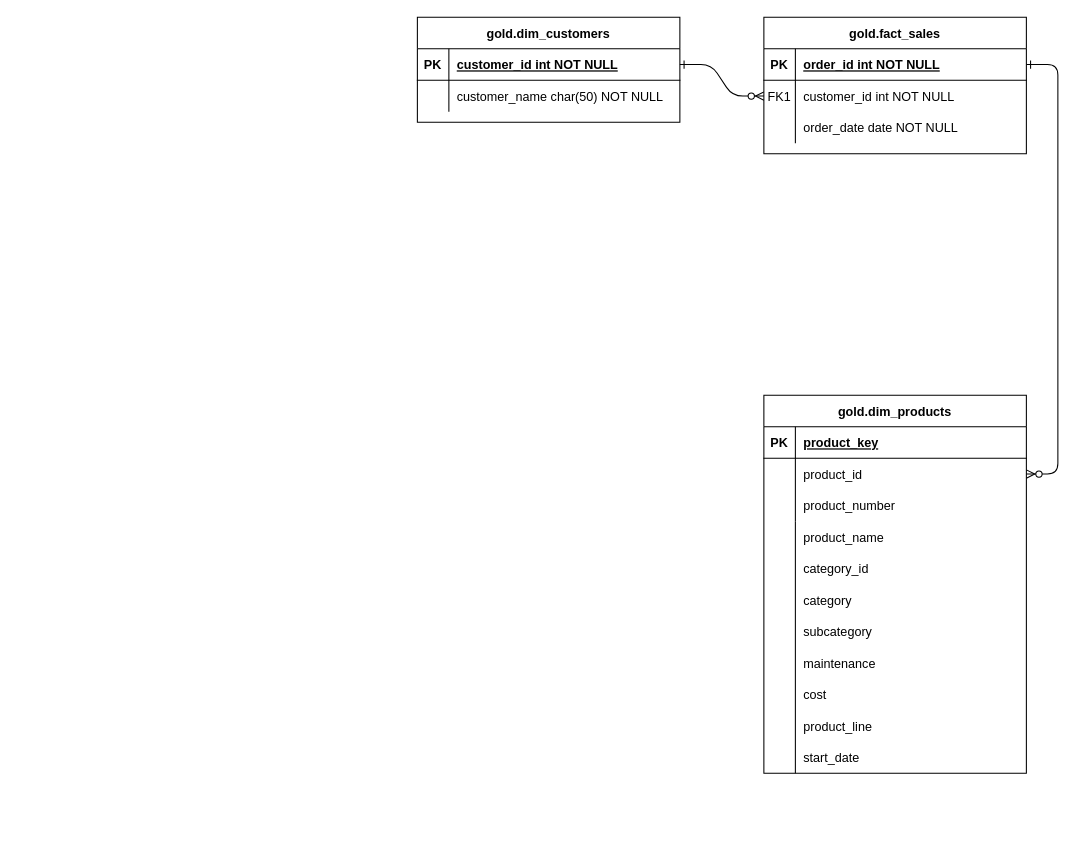
The draw.io diagram docs/Untitled Diagram.drawio in nicholas-133/sql-data-warehouse-project, before the edit. Source tidied: cells renumbered, new cells numbered last; positions are measured from the earlier drawing's top-left corner, leaving out a move shared by most shapes. Both pictures are drawn from the tidied source at 105%, with x=0, y=0 at pixel (417, 17).
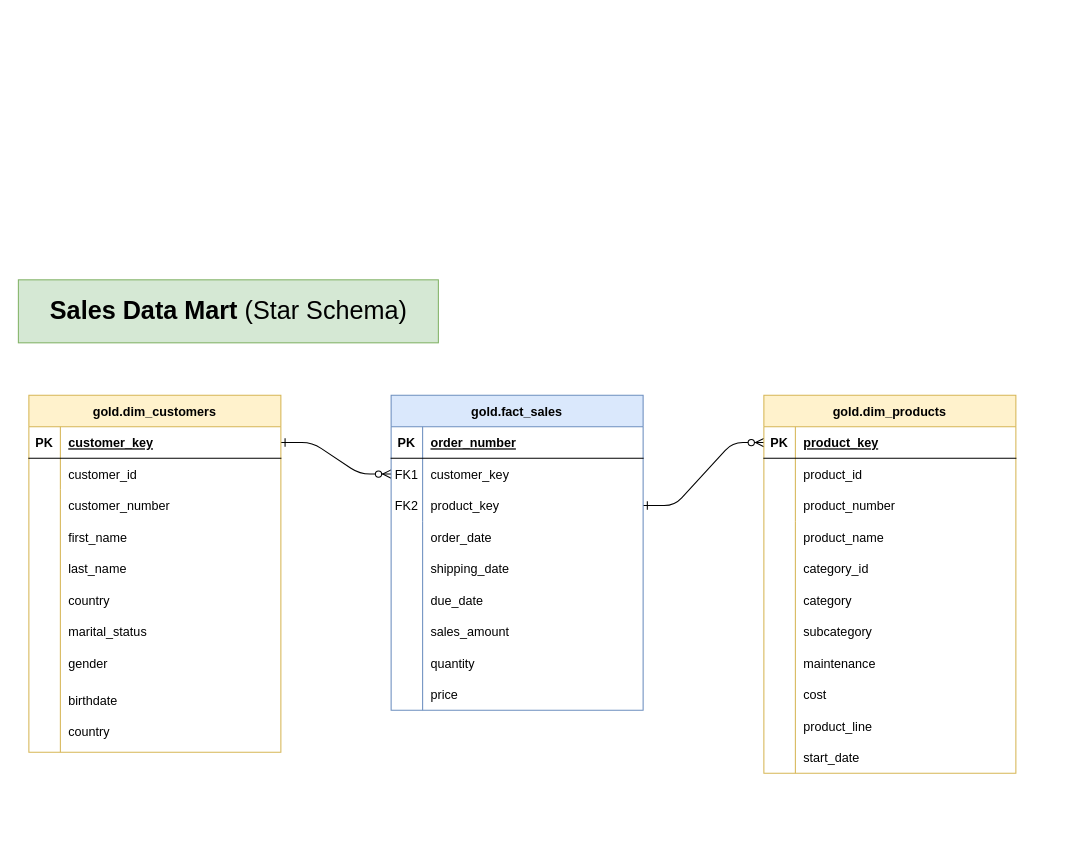
Above is the later version.

Commit message (it also covers changes not shown here):
data_model

The edit, as a diff of the source:
```diff
@@
-    <mxCell id="2" style="edgeStyle=entityRelationEdgeStyle;endArrow=ERzeroToMany;startArrow=ERone;endFill=1;startFill=0;" parent="1" edge="1" source="25" target="8">
-      <mxGeometry relative="1" as="geometry" />
+    <mxCell id="2" style="edgeStyle=entityRelationEdgeStyle;endArrow=ERzeroToMany;startArrow=ERone;endFill=1;startFill=0;entryX=0;entryY=0.5;entryDx=0;entryDy=0;" parent="1" edge="1" source="25" target="8">
+      <mxGeometry relative="1" as="geometry">
+        <Array as="points">
+          <mxPoint x="-290" y="560" />
+          <mxPoint x="-300" y="520" />
+          <mxPoint x="-285" y="560" />
+        </Array>
+      </mxGeometry>
     </mxCell>
-    <mxCell id="3" style="edgeStyle=entityRelationEdgeStyle;endArrow=ERzeroToMany;startArrow=ERone;endFill=1;startFill=0;" parent="1" edge="1" source="5" target="18">
+    <mxCell id="3" style="edgeStyle=entityRelationEdgeStyle;endArrow=ERzeroToMany;startArrow=ERone;endFill=1;startFill=0;exitX=1;exitY=0.5;exitDx=0;exitDy=0;entryX=0;entryY=0.5;entryDx=0;entryDy=0;" parent="1" edge="1" source="11" target="15">
       <mxGeometry relative="1" as="geometry" />
     </mxCell>
-    <mxCell id="4" value="gold.fact_sales" style="shape=table;startSize=30;childLayout=tableLayout;rowLines=0;fontStyle=1;align=center;" parent="1" vertex="1">
-      <mxGeometry x="330" width="250" height="130" as="geometry" />
-    </mxCell>
-    <mxCell id="5" style="shape=partialRectangle;fillColor=none;points=[[0,0.5],[1,0.5]];portConstraint=eastwest;top=0;left=0;right=0;bottom=1;" parent="4" vertex="1">
-      <mxGeometry y="30" width="250" height="30" as="geometry" />
-    </mxCell>
-    <mxCell id="6" value="PK" style="shape=partialRectangle;overflow=hidden;fillColor=none;top=0;left=0;bottom=0;right=0;fontStyle=1;" parent="5" vertex="1">
-      <mxGeometry width="30" height="30" as="geometry" />
-    </mxCell>
-    <mxCell id="7" value="order_id int NOT NULL " style="shape=partialRectangle;overflow=hidden;fillColor=none;top=0;left=0;bottom=0;right=0;align=left;spacingLeft=6;fontStyle=5;" parent="5" vertex="1">
-      <mxGeometry x="30" width="220" height="30" as="geometry" />
-    </mxCell>
-    <mxCell id="8" style="shape=partialRectangle;fillColor=none;points=[[0,0.5],[1,0.5]];portConstraint=eastwest;top=0;left=0;right=0;bottom=0;" parent="4" vertex="1">
-      <mxGeometry y="60" width="250" height="30" as="geometry" />
-    </mxCell>
-    <mxCell id="9" value="FK1" style="shape=partialRectangle;overflow=hidden;fillColor=none;top=0;left=0;bottom=0;right=0;" parent="8" vertex="1">
-      <mxGeometry width="30" height="30" as="geometry" />
-    </mxCell>
-    <mxCell id="10" value="customer_id int NOT NULL" style="shape=partialRectangle;overflow=hidden;fillColor=none;top=0;left=0;bottom=0;right=0;align=left;spacingLeft=6;" parent="8" vertex="1">
-      <mxGeometry x="30" width="220" height="30" as="geometry" />
-    </mxCell>
-    <mxCell id="11" style="shape=partialRectangle;fillColor=none;points=[[0,0.5],[1,0.5]];portConstraint=eastwest;top=0;left=0;right=0;bottom=0;" parent="4" vertex="1">
-      <mxGeometry y="90" width="250" height="30" as="geometry" />
-    </mxCell>
-    <mxCell id="12" style="shape=partialRectangle;overflow=hidden;fillColor=none;top=0;left=0;bottom=0;right=0;" parent="11" vertex="1">
-      <mxGeometry width="30" height="30" as="geometry" />
-    </mxCell>
-    <mxCell id="13" value="order_date date NOT NULL" style="shape=partialRectangle;overflow=hidden;fillColor=none;top=0;left=0;bottom=0;right=0;align=left;spacingLeft=6;" parent="11" vertex="1">
-      <mxGeometry x="30" width="220" height="30" as="geometry" />
-    </mxCell>
-    <mxCell id="14" value="gold.dim_products" style="shape=table;startSize=30;childLayout=tableLayout;rowLines=0;fontStyle=1;align=center;" parent="1" vertex="1">
-      <mxGeometry x="330" y="360" width="250" height="360" as="geometry" />
+    <mxCell id="14" value="gold.dim_products" style="shape=table;startSize=30;childLayout=tableLayout;rowLines=0;fontStyle=1;align=center;fillColor=#fff2cc;strokeColor=#d6b656;" parent="1" vertex="1">
+      <mxGeometry x="330" y="360" width="240" height="360" as="geometry" />
     </mxCell>
     <mxCell id="15" style="shape=partialRectangle;fillColor=none;points=[[0,0.5],[1,0.5]];portConstraint=eastwest;top=0;left=0;right=0;bottom=1;" parent="14" vertex="1">
-      <mxGeometry y="30" width="250" height="30" as="geometry" />
+      <mxGeometry y="30" width="240" height="30" as="geometry" />
     </mxCell>
@@
     <mxCell id="17" value="product_key" style="shape=partialRectangle;overflow=hidden;fillColor=none;top=0;left=0;bottom=0;right=0;align=left;spacingLeft=6;fontStyle=5;" parent="15" vertex="1">
-      <mxGeometry x="30" width="220" height="30" as="geometry" />
+      <mxGeometry x="30" width="210" height="30" as="geometry" />
     </mxCell>
     <mxCell id="18" style="shape=partialRectangle;fillColor=none;points=[[0,0.5],[1,0.5]];portConstraint=eastwest;top=0;left=0;right=0;bottom=0;" parent="14" vertex="1">
-      <mxGeometry y="60" width="250" height="30" as="geometry" />
+      <mxGeometry y="60" width="240" height="30" as="geometry" />
     </mxCell>
@@
     <mxCell id="20" value="product_id" style="shape=partialRectangle;overflow=hidden;fillColor=none;top=0;left=0;bottom=0;right=0;align=left;spacingLeft=6;" parent="18" vertex="1">
-      <mxGeometry x="30" width="220" height="30" as="geometry" />
+      <mxGeometry x="30" width="210" height="30" as="geometry" />
     </mxCell>
     <mxCell id="21" style="shape=partialRectangle;fillColor=none;top=0;left=0;right=0;bottom=0;" parent="14" vertex="1">
-      <mxGeometry y="90" width="250" height="30" as="geometry" />
+      <mxGeometry y="90" width="240" height="30" as="geometry" />
     </mxCell>
@@
     <mxCell id="23" value="product_number" style="shape=partialRectangle;overflow=hidden;fillColor=none;top=0;left=0;bottom=0;right=0;align=left;spacingLeft=6;" parent="21" vertex="1">
-      <mxGeometry x="30" width="220" height="30" as="geometry" />
+      <mxGeometry x="30" width="210" height="30" as="geometry" />
     </mxCell>
-    <mxCell id="24" value="gold.dim_customers" style="shape=table;startSize=30;childLayout=tableLayout;rowLines=0;fontStyle=1;align=center;" parent="1" vertex="1">
-      <mxGeometry width="250" height="100" as="geometry" />
+    <mxCell id="24" value="gold.dim_customers" style="shape=table;startSize=30;childLayout=tableLayout;rowLines=0;fontStyle=1;align=center;fillColor=#fff2cc;strokeColor=#d6b656;" parent="1" vertex="1">
+      <mxGeometry x="-370" y="360" width="240" height="340" as="geometry" />
     </mxCell>
     <mxCell id="25" style="shape=partialRectangle;fillColor=none;points=[[0,0.5],[1,0.5]];portConstraint=eastwest;top=0;left=0;right=0;bottom=1;" parent="24" vertex="1">
-      <mxGeometry y="30" width="250" height="30" as="geometry" />
+      <mxGeometry y="30" width="240" height="30" as="geometry" />
     </mxCell>
@@
-    <mxCell id="27" value="customer_id int NOT NULL " style="shape=partialRectangle;overflow=hidden;fillColor=none;top=0;left=0;bottom=0;right=0;align=left;spacingLeft=6;fontStyle=5;" parent="25" vertex="1">
-      <mxGeometry x="30" width="220" height="30" as="geometry" />
+    <mxCell id="27" value="customer_key" style="shape=partialRectangle;overflow=hidden;fillColor=none;top=0;left=0;bottom=0;right=0;align=left;spacingLeft=6;fontStyle=5;" parent="25" vertex="1">
+      <mxGeometry x="30" width="210" height="30" as="geometry" />
     </mxCell>
     <mxCell id="28" style="shape=partialRectangle;fillColor=none;top=0;left=0;right=0;bottom=0;" parent="24" vertex="1">
-      <mxGeometry y="60" width="250" height="30" as="geometry" />
+      <mxGeometry y="60" width="240" height="30" as="geometry" />
     </mxCell>
@@
-    <mxCell id="30" value="customer_name char(50) NOT NULL" style="shape=partialRectangle;overflow=hidden;fillColor=none;top=0;left=0;bottom=0;right=0;align=left;spacingLeft=6;" parent="28" vertex="1">
-      <mxGeometry x="30" width="220" height="30" as="geometry" />
+    <mxCell id="30" value="customer_id" style="shape=partialRectangle;overflow=hidden;fillColor=none;top=0;left=0;bottom=0;right=0;align=left;spacingLeft=6;" parent="28" vertex="1">
+      <mxGeometry x="30" width="210" height="30" as="geometry" />
     </mxCell>
@@
     <mxCell id="32" value="product_name    " style="shape=partialRectangle;overflow=hidden;fillColor=none;top=0;left=0;bottom=0;right=0;align=left;spacingLeft=6;" parent="1" vertex="1">
-      <mxGeometry x="360" y="480" width="220" height="30" as="geometry" />
+      <mxGeometry x="360" y="480" width="210" height="30" as="geometry" />
     </mxCell>
@@
     <mxCell id="34" value="category_id" style="shape=partialRectangle;overflow=hidden;fillColor=none;top=0;left=0;bottom=0;right=0;align=left;spacingLeft=6;" parent="1" vertex="1">
-      <mxGeometry x="360" y="510" width="220" height="30" as="geometry" />
+      <mxGeometry x="360" y="510" width="210" height="30" as="geometry" />
     </mxCell>
@@
     <mxCell id="36" value="category" style="shape=partialRectangle;overflow=hidden;fillColor=none;top=0;left=0;bottom=0;right=0;align=left;spacingLeft=6;" parent="1" vertex="1">
-      <mxGeometry x="360" y="540" width="220" height="30" as="geometry" />
+      <mxGeometry x="360" y="540" width="210" height="30" as="geometry" />
     </mxCell>
@@
     <mxCell id="38" value="subcategory" style="shape=partialRectangle;overflow=hidden;fillColor=none;top=0;left=0;bottom=0;right=0;align=left;spacingLeft=6;" parent="1" vertex="1">
-      <mxGeometry x="360" y="570" width="220" height="30" as="geometry" />
+      <mxGeometry x="360" y="570" width="210" height="30" as="geometry" />
     </mxCell>
@@
     <mxCell id="40" value="maintenance" style="shape=partialRectangle;overflow=hidden;fillColor=none;top=0;left=0;bottom=0;right=0;align=left;spacingLeft=6;" parent="1" vertex="1">
-      <mxGeometry x="360" y="600" width="220" height="30" as="geometry" />
+      <mxGeometry x="360" y="600" width="210" height="30" as="geometry" />
     </mxCell>
@@
     <mxCell id="42" value="cost" style="shape=partialRectangle;overflow=hidden;fillColor=none;top=0;left=0;bottom=0;right=0;align=left;spacingLeft=6;" parent="1" vertex="1">
-      <mxGeometry x="360" y="630" width="220" height="30" as="geometry" />
+      <mxGeometry x="360" y="630" width="210" height="30" as="geometry" />
     </mxCell>
@@
     <mxCell id="44" value="product_line" style="shape=partialRectangle;overflow=hidden;fillColor=none;top=0;left=0;bottom=0;right=0;align=left;spacingLeft=6;" parent="1" vertex="1">
-      <mxGeometry x="360" y="660" width="220" height="30" as="geometry" />
+      <mxGeometry x="360" y="660" width="210" height="30" as="geometry" />
     </mxCell>
@@
     <mxCell id="46" value="start_date" style="shape=partialRectangle;overflow=hidden;fillColor=none;top=0;left=0;bottom=0;right=0;align=left;spacingLeft=6;" parent="1" vertex="1">
-      <mxGeometry x="360" y="690" width="220" height="30" as="geometry" />
+      <mxGeometry x="360" y="690" width="210" height="30" as="geometry" />
     </mxCell>
-    <mxCell id="47" style="endArrow=none;html=1;rounded=0;" parent="1" edge="1">
+    <mxCell id="47" style="endArrow=none;html=1;rounded=0;fillColor=#fff2cc;strokeColor=#d6b656;" parent="1" edge="1">
       <mxGeometry relative="1" as="geometry">
         <mxPoint x="360" y="720" as="sourcePoint" />
         <mxPoint x="360" y="480" as="targetPoint" />
       </mxGeometry>
     </mxCell>
+    <mxCell id="48" value="&lt;div&gt;Sales Data Mart &lt;span style=&quot;font-weight: normal;&quot;&gt;(Star Schema)&lt;/span&gt;&lt;/div&gt;" style="text;strokeColor=#82b366;fillColor=#d5e8d4;html=1;fontSize=24;fontStyle=1;verticalAlign=middle;align=center;" parent="1" vertex="1">
+      <mxGeometry x="-380" y="250" width="400" height="60" as="geometry" />
+    </mxCell>
+    <mxCell id="49" style="group;" parent="1" vertex="1">
+      <mxGeometry x="-20" y="360" width="250" height="430" as="geometry" />
+    </mxCell>
+    <mxCell id="50" style="group;" parent="49" vertex="1">
+      <mxGeometry x="-5" width="250" height="300" as="geometry" />
+    </mxCell>
+    <mxCell id="4" value="gold.fact_sales" style="shape=table;startSize=30;childLayout=tableLayout;rowLines=0;fontStyle=1;align=center;fillColor=#dae8fc;strokeColor=#6c8ebf;" parent="50" vertex="1">
+      <mxGeometry width="240" height="300" as="geometry" />
+    </mxCell>
+    <mxCell id="5" style="shape=partialRectangle;fillColor=none;points=[[0,0.5],[1,0.5]];portConstraint=eastwest;top=0;left=0;right=0;bottom=1;" parent="4" vertex="1">
+      <mxGeometry y="30" width="240" height="30" as="geometry" />
+    </mxCell>
+    <mxCell id="6" value="PK" style="shape=partialRectangle;overflow=hidden;fillColor=none;top=0;left=0;bottom=0;right=0;fontStyle=1;" parent="5" vertex="1">
+      <mxGeometry width="30" height="30" as="geometry" />
+    </mxCell>
+    <mxCell id="7" value="order_number" style="shape=partialRectangle;overflow=hidden;fillColor=none;top=0;left=0;bottom=0;right=0;align=left;spacingLeft=6;fontStyle=5;" parent="5" vertex="1">
+      <mxGeometry x="30" width="210" height="30" as="geometry" />
+    </mxCell>
+    <mxCell id="8" style="shape=partialRectangle;fillColor=none;points=[[0,0.5],[1,0.5]];portConstraint=eastwest;top=0;left=0;right=0;bottom=0;" parent="4" vertex="1">
+      <mxGeometry y="60" width="240" height="30" as="geometry" />
+    </mxCell>
+    <mxCell id="9" value="FK1" style="shape=partialRectangle;overflow=hidden;fillColor=none;top=0;left=0;bottom=0;right=0;" parent="8" vertex="1">
+      <mxGeometry width="30" height="30" as="geometry" />
+    </mxCell>
+    <mxCell id="10" value="customer_key" style="shape=partialRectangle;overflow=hidden;fillColor=none;top=0;left=0;bottom=0;right=0;align=left;spacingLeft=6;" parent="8" vertex="1">
+      <mxGeometry x="30" width="210" height="30" as="geometry" />
+    </mxCell>
+    <mxCell id="11" style="shape=partialRectangle;fillColor=none;points=[[0,0.5],[1,0.5]];portConstraint=eastwest;top=0;left=0;right=0;bottom=0;" parent="4" vertex="1">
+      <mxGeometry y="90" width="240" height="30" as="geometry" />
+    </mxCell>
+    <mxCell id="12" style="shape=partialRectangle;overflow=hidden;fillColor=none;top=0;left=0;bottom=0;right=0;" parent="11" vertex="1">
+      <mxGeometry width="30" height="30" as="geometry" />
+    </mxCell>
+    <mxCell id="13" value="product_key" style="shape=partialRectangle;overflow=hidden;fillColor=none;top=0;left=0;bottom=0;right=0;align=left;spacingLeft=6;" parent="11" vertex="1">
+      <mxGeometry x="30" width="210" height="30" as="geometry" />
+    </mxCell>
+    <mxCell id="51" style="shape=partialRectangle;overflow=hidden;fillColor=none;top=0;left=0;bottom=0;right=0;" parent="50" vertex="1">
+      <mxGeometry y="120" width="30" height="30" as="geometry" />
+    </mxCell>
+    <mxCell id="52" value="order_date" style="shape=partialRectangle;overflow=hidden;fillColor=none;top=0;left=0;bottom=0;right=0;align=left;spacingLeft=6;" parent="50" vertex="1">
+      <mxGeometry x="30" y="120" width="210" height="30" as="geometry" />
+    </mxCell>
+    <mxCell id="53" style="shape=partialRectangle;overflow=hidden;fillColor=none;top=0;left=0;bottom=0;right=0;" parent="50" vertex="1">
+      <mxGeometry y="150" width="30" height="30" as="geometry" />
+    </mxCell>
+    <mxCell id="54" value="shipping_date" style="shape=partialRectangle;overflow=hidden;fillColor=none;top=0;left=0;bottom=0;right=0;align=left;spacingLeft=6;" parent="50" vertex="1">
+      <mxGeometry x="30" y="150" width="210" height="30" as="geometry" />
+    </mxCell>
+    <mxCell id="55" style="shape=partialRectangle;overflow=hidden;fillColor=none;top=0;left=0;bottom=0;right=0;" parent="50" vertex="1">
+      <mxGeometry y="180" width="30" height="30" as="geometry" />
+    </mxCell>
+    <mxCell id="56" value="due_date" style="shape=partialRectangle;overflow=hidden;fillColor=none;top=0;left=0;bottom=0;right=0;align=left;spacingLeft=6;" parent="50" vertex="1">
+      <mxGeometry x="30" y="180" width="210" height="30" as="geometry" />
+    </mxCell>
+    <mxCell id="57" style="shape=partialRectangle;overflow=hidden;fillColor=none;top=0;left=0;bottom=0;right=0;" parent="50" vertex="1">
+      <mxGeometry y="210" width="30" height="30" as="geometry" />
+    </mxCell>
+    <mxCell id="58" value="sales_amount" style="shape=partialRectangle;overflow=hidden;fillColor=none;top=0;left=0;bottom=0;right=0;align=left;spacingLeft=6;" parent="50" vertex="1">
+      <mxGeometry x="30" y="210" width="210" height="30" as="geometry" />
+    </mxCell>
+    <mxCell id="59" style="shape=partialRectangle;overflow=hidden;fillColor=none;top=0;left=0;bottom=0;right=0;" parent="50" vertex="1">
+      <mxGeometry y="240" width="30" height="30" as="geometry" />
+    </mxCell>
+    <mxCell id="60" value="quantity" style="shape=partialRectangle;overflow=hidden;fillColor=none;top=0;left=0;bottom=0;right=0;align=left;spacingLeft=6;" parent="50" vertex="1">
+      <mxGeometry x="30" y="240" width="210" height="30" as="geometry" />
+    </mxCell>
+    <mxCell id="61" style="shape=partialRectangle;overflow=hidden;fillColor=none;top=0;left=0;bottom=0;right=0;" parent="50" vertex="1">
+      <mxGeometry y="270" width="30" height="30" as="geometry" />
+    </mxCell>
+    <mxCell id="62" value="price" style="shape=partialRectangle;overflow=hidden;fillColor=none;top=0;left=0;bottom=0;right=0;align=left;spacingLeft=6;" parent="50" vertex="1">
+      <mxGeometry x="30" y="270" width="210" height="30" as="geometry" />
+    </mxCell>
+    <mxCell id="63" value="FK2" style="shape=partialRectangle;overflow=hidden;fillColor=none;top=0;left=0;bottom=0;right=0;" parent="50" vertex="1">
+      <mxGeometry y="90" width="30" height="30" as="geometry" />
+    </mxCell>
+    <mxCell id="64" style="endArrow=none;html=1;rounded=0;fillColor=#dae8fc;strokeColor=#6c8ebf;" parent="50" edge="1">
+      <mxGeometry relative="1" as="geometry">
+        <mxPoint x="30" y="300" as="sourcePoint" />
+        <mxPoint x="30" y="120" as="targetPoint" />
+      </mxGeometry>
+    </mxCell>
+    <mxCell id="65" style="shape=partialRectangle;overflow=hidden;fillColor=none;top=0;left=0;bottom=0;right=0;" parent="1" vertex="1">
+      <mxGeometry x="-370" y="450" width="30" height="30" as="geometry" />
+    </mxCell>
+    <mxCell id="66" value="customer_number" style="shape=partialRectangle;overflow=hidden;fillColor=none;top=0;left=0;bottom=0;right=0;align=left;spacingLeft=6;" parent="1" vertex="1">
+      <mxGeometry x="-340" y="450" width="210" height="30" as="geometry" />
+    </mxCell>
+    <mxCell id="67" style="shape=partialRectangle;overflow=hidden;fillColor=none;top=0;left=0;bottom=0;right=0;" parent="1" vertex="1">
+      <mxGeometry x="-370" y="480" width="30" height="30" as="geometry" />
+    </mxCell>
+    <mxCell id="68" value="first_name" style="shape=partialRectangle;overflow=hidden;fillColor=none;top=0;left=0;bottom=0;right=0;align=left;spacingLeft=6;" parent="1" vertex="1">
+      <mxGeometry x="-340" y="480" width="210" height="30" as="geometry" />
+    </mxCell>
+    <mxCell id="69" style="shape=partialRectangle;overflow=hidden;fillColor=none;top=0;left=0;bottom=0;right=0;" parent="1" vertex="1">
+      <mxGeometry x="-370" y="510" width="30" height="30" as="geometry" />
+    </mxCell>
+    <mxCell id="70" value="last_name" style="shape=partialRectangle;overflow=hidden;fillColor=none;top=0;left=0;bottom=0;right=0;align=left;spacingLeft=6;" parent="1" vertex="1">
+      <mxGeometry x="-340" y="510" width="210" height="30" as="geometry" />
+    </mxCell>
+    <mxCell id="71" style="shape=partialRectangle;overflow=hidden;fillColor=none;top=0;left=0;bottom=0;right=0;" parent="1" vertex="1">
+      <mxGeometry x="-370" y="540" width="30" height="30" as="geometry" />
+    </mxCell>
+    <mxCell id="72" value="country" style="shape=partialRectangle;overflow=hidden;fillColor=none;top=0;left=0;bottom=0;right=0;align=left;spacingLeft=6;" parent="1" vertex="1">
+      <mxGeometry x="-340" y="540" width="210" height="30" as="geometry" />
+    </mxCell>
+    <mxCell id="73" style="shape=partialRectangle;overflow=hidden;fillColor=none;top=0;left=0;bottom=0;right=0;" parent="1" vertex="1">
+      <mxGeometry x="-370" y="570" width="30" height="30" as="geometry" />
+    </mxCell>
+    <mxCell id="74" value="marital_status" style="shape=partialRectangle;overflow=hidden;fillColor=none;top=0;left=0;bottom=0;right=0;align=left;spacingLeft=6;" parent="1" vertex="1">
+      <mxGeometry x="-340" y="570" width="210" height="30" as="geometry" />
+    </mxCell>
+    <mxCell id="75" style="shape=partialRectangle;overflow=hidden;fillColor=none;top=0;left=0;bottom=0;right=0;" parent="1" vertex="1">
+      <mxGeometry x="-370" y="600" width="30" height="30" as="geometry" />
+    </mxCell>
+    <mxCell id="76" value="gender" style="shape=partialRectangle;overflow=hidden;fillColor=none;top=0;left=0;bottom=0;right=0;align=left;spacingLeft=6;" parent="1" vertex="1">
+      <mxGeometry x="-340" y="600" width="210" height="30" as="geometry" />
+    </mxCell>
+    <mxCell id="77" style="shape=partialRectangle;overflow=hidden;fillColor=none;top=0;left=0;bottom=0;right=0;" parent="1" vertex="1">
+      <mxGeometry x="-370" y="635" width="30" height="30" as="geometry" />
+    </mxCell>
+    <mxCell id="78" value="birthdate" style="shape=partialRectangle;overflow=hidden;fillColor=none;top=0;left=0;bottom=0;right=0;align=left;spacingLeft=6;" parent="1" vertex="1">
+      <mxGeometry x="-340" y="635" width="210" height="30" as="geometry" />
+    </mxCell>
+    <mxCell id="79" style="shape=partialRectangle;overflow=hidden;fillColor=none;top=0;left=0;bottom=0;right=0;" parent="1" vertex="1">
+      <mxGeometry x="-370" y="665" width="30" height="30" as="geometry" />
+    </mxCell>
+    <mxCell id="80" value="country" style="shape=partialRectangle;overflow=hidden;fillColor=none;top=0;left=0;bottom=0;right=0;align=left;spacingLeft=6;" parent="1" vertex="1">
+      <mxGeometry x="-340" y="665" width="210" height="30" as="geometry" />
+    </mxCell>
+    <mxCell id="81" style="endArrow=none;html=1;rounded=0;fillColor=#fff2cc;strokeColor=#d6b656;" parent="1" edge="1">
+      <mxGeometry relative="1" as="geometry">
+        <mxPoint x="-340" y="700" as="sourcePoint" />
+        <mxPoint x="-340" y="450" as="targetPoint" />
+      </mxGeometry>
+    </mxCell>
```
